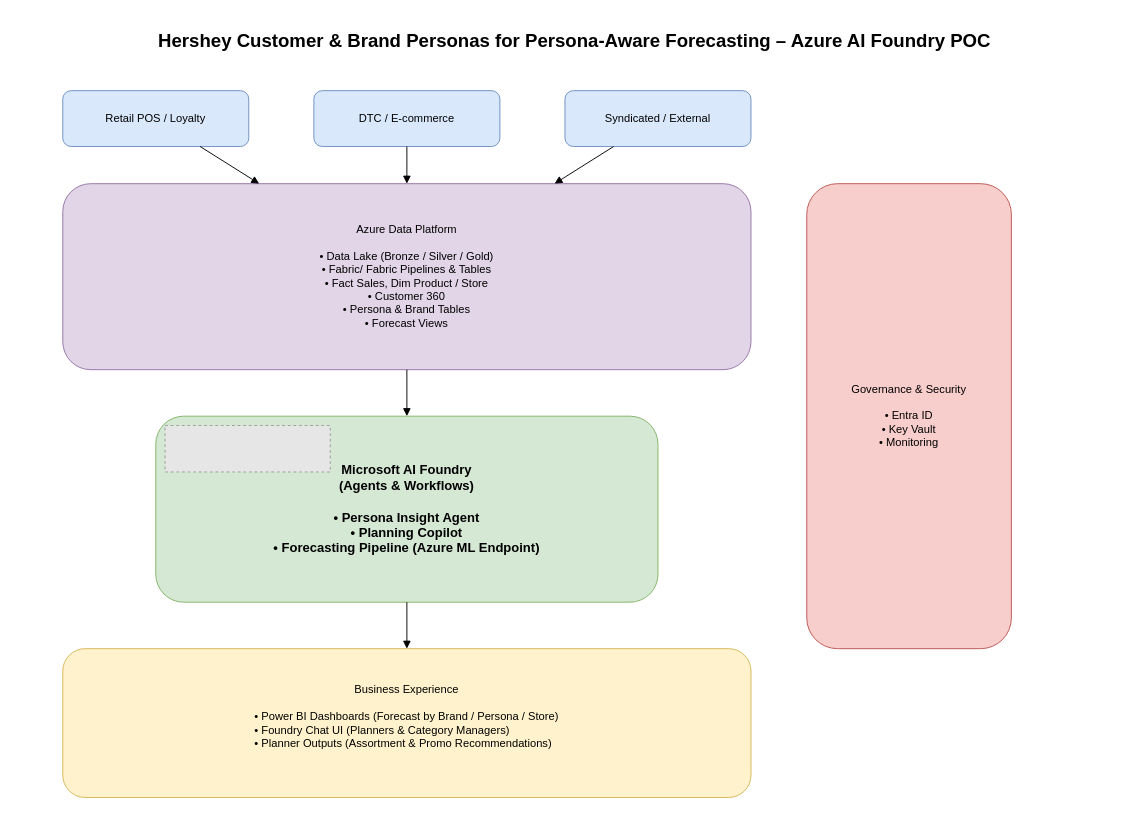
Above: Hershey_Persona_forecasting.drawio in ashokdcosta/diagrams (draw.io), before the change. Source tidied: cells renumbered, new cells numbered last; positions are measured from the earlier drawing's top-left corner, leaving out a move shared by most shapes. Both pictures are drawn from the tidied source at 93%, with x=0, y=0 at pixel (16, 16). Pictures stored in the file or linked from it are replaced by grey dashed boxes.
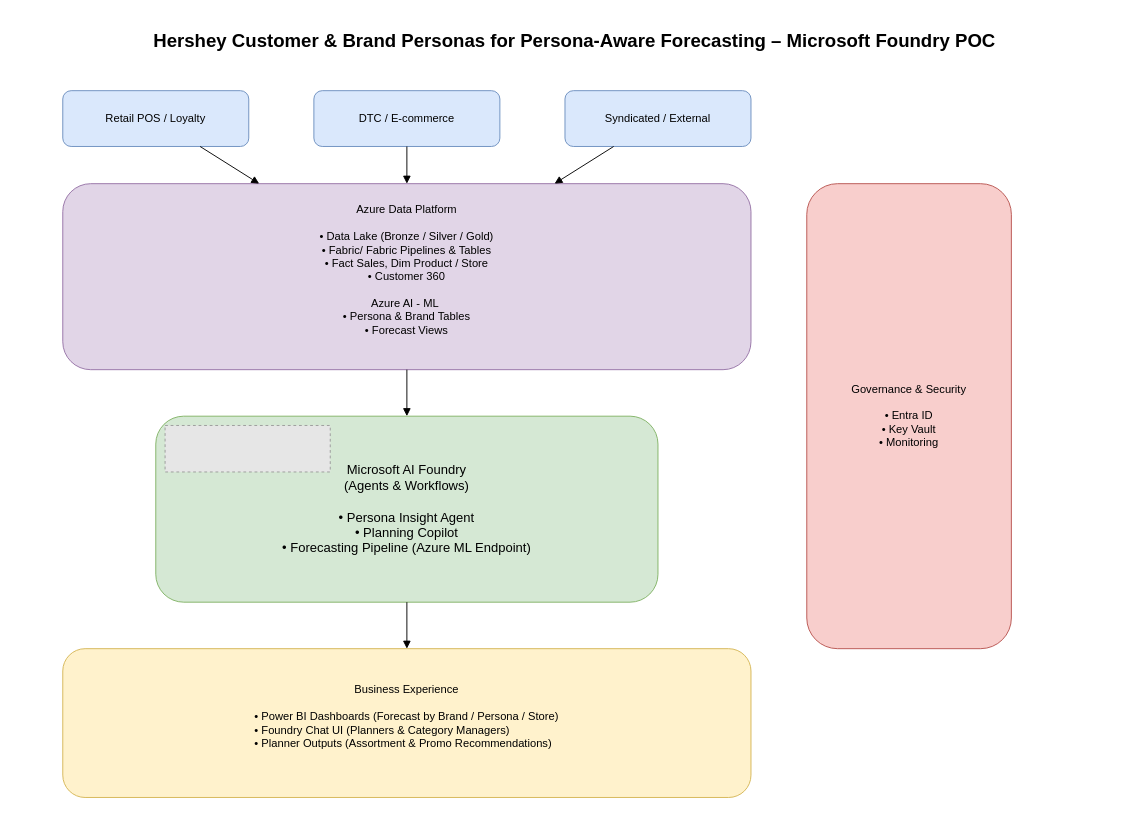
Above is the later version.

What changed in the source:
```diff
@@
 <mxGraphModel>
   <root>
     <mxCell id="0" />
     <mxCell id="1" parent="0" />
-    <mxCell id="2" value="Hershey Customer &amp; Brand Personas for Persona‑Aware Forecasting – Azure AI Foundry POC" style="text;html=1;align=center;verticalAlign=middle;fontSize=20;fontStyle=1;" parent="1" vertex="1">
+    <mxCell id="2" value="Hershey Customer &amp;amp; Brand Personas for Persona‑Aware Forecasting – Microsoft Foundry POC" style="text;html=1;align=center;verticalAlign=middle;fontSize=20;fontStyle=1;" parent="1" vertex="1">
       <mxGeometry width="1200" height="50" as="geometry" />
     </mxCell>
     <mxCell id="3" value="Retail POS / Loyalty" style="rounded=1;whiteSpace=wrap;html=1;fillColor=#dae8fc;strokeColor=#6c8ebf;" parent="1" vertex="1">
       <mxGeometry x="50" y="80" width="200" height="60" as="geometry" />
     </mxCell>
     <mxCell id="4" value="DTC / E‑commerce" style="rounded=1;whiteSpace=wrap;html=1;fillColor=#dae8fc;strokeColor=#6c8ebf;" parent="1" vertex="1">
       <mxGeometry x="320" y="80" width="200" height="60" as="geometry" />
     </mxCell>
     <mxCell id="5" value="Syndicated / External" style="rounded=1;whiteSpace=wrap;html=1;fillColor=#dae8fc;strokeColor=#6c8ebf;" parent="1" vertex="1">
       <mxGeometry x="590" y="80" width="200" height="60" as="geometry" />
     </mxCell>
-    <mxCell id="6" value="Azure Data Platform&lt;br&gt;&lt;br&gt;• Data Lake (Bronze / Silver / Gold)&lt;br&gt;• Fabric/ Fabric Pipelines &amp;amp; Tables&lt;br&gt;• Fact Sales, Dim Product / Store&lt;br&gt;• Customer 360&lt;br&gt;• Persona &amp;amp; Brand Tables&lt;br&gt;• Forecast Views" style="rounded=1;whiteSpace=wrap;html=1;fillColor=#e1d5e7;strokeColor=#9673a6;" parent="1" vertex="1">
+    <mxCell id="6" value="Azure Data Platform&lt;br&gt;&lt;br&gt;• Data Lake (Bronze / Silver / Gold)&lt;br&gt;• Fabric/ Fabric Pipelines &amp;amp; Tables&lt;br&gt;• Fact Sales, Dim Product / Store&lt;br&gt;• Customer 360&lt;div&gt;&lt;br&gt;&lt;div&gt;Azure AI - ML&amp;nbsp;&lt;br&gt;• Persona &amp;amp; Brand Tables&lt;br&gt;• Forecast Views&lt;div&gt;&lt;br&gt;&lt;/div&gt;&lt;/div&gt;&lt;/div&gt;" style="rounded=1;whiteSpace=wrap;html=1;fillColor=#e1d5e7;strokeColor=#9673a6;" parent="1" vertex="1">
       <mxGeometry x="50" y="180" width="740" height="200" as="geometry" />
     </mxCell>
-    <mxCell id="7" value="Microsoft AI Foundry&lt;br&gt;(Agents &amp;amp; Workflows)&lt;br&gt;&lt;br&gt;• Persona Insight Agent&lt;br&gt;• Planning Copilot&lt;br&gt;• Forecasting Pipeline (Azure ML Endpoint)" style="rounded=1;whiteSpace=wrap;html=1;fillColor=#d5e8d4;strokeColor=#82b366;fontSize=14;fontStyle=1;" parent="1" vertex="1">
+    <mxCell id="7" value="&lt;span style=&quot;font-weight: normal;&quot;&gt;Microsoft AI Foundry&lt;br&gt;(Agents &amp;amp; Workflows)&lt;br&gt;&lt;br&gt;• Persona Insight Agent&lt;br&gt;• Planning Copilot&lt;br&gt;• Forecasting Pipeline (Azure ML Endpoint)&lt;/span&gt;" style="rounded=1;whiteSpace=wrap;html=1;fillColor=#d5e8d4;strokeColor=#82b366;fontSize=14;fontStyle=1;" parent="1" vertex="1">
       <mxGeometry x="150" y="430" width="540" height="200" as="geometry" />
     </mxCell>
     <mxCell id="8" value="&lt;div style=&quot;&quot;&gt;&lt;span style=&quot;background-color: transparent; color: light-dark(rgb(0, 0, 0), rgb(255, 255, 255));&quot;&gt;Business Experience&lt;/span&gt;&lt;/div&gt;&lt;div style=&quot;text-align: left;&quot;&gt;&lt;br&gt;&lt;/div&gt;&lt;div style=&quot;text-align: left;&quot;&gt;&lt;span style=&quot;background-color: transparent; color: light-dark(rgb(0, 0, 0), rgb(255, 255, 255));&quot;&gt;• Power BI Dashboards (Forecast by Brand / Persona / Store)&lt;/span&gt;&lt;/div&gt;&lt;div style=&quot;text-align: left;&quot;&gt;&lt;span style=&quot;background-color: transparent; color: light-dark(rgb(0, 0, 0), rgb(255, 255, 255));&quot;&gt;• Foundry Chat UI (Planners &amp;amp; Category Managers)&lt;/span&gt;&lt;/div&gt;&lt;div style=&quot;text-align: left;&quot;&gt;&lt;span style=&quot;background-color: transparent; color: light-dark(rgb(0, 0, 0), rgb(255, 255, 255));&quot;&gt;• Planner Outputs (Assortment &amp;amp; Promo Recommendations)&lt;/span&gt;&lt;/div&gt;&lt;div&gt;&lt;br&gt;&lt;/div&gt;" style="rounded=1;whiteSpace=wrap;html=1;fillColor=#fff2cc;strokeColor=#d6b656;" parent="1" vertex="1">
       <mxGeometry x="50" y="680" width="740" height="160" as="geometry" />
     </mxCell>
     <mxCell id="9" value="Governance &amp; Security&#10;&#10;• Entra ID&#10;• Key Vault&#10;• Monitoring" style="rounded=1;whiteSpace=wrap;html=1;fillColor=#f8cecc;strokeColor=#b85450;" parent="1" vertex="1">
       <mxGeometry x="850" y="180" width="220" height="500" as="geometry" />
     </mxCell>
     <mxCell id="10" style="endArrow=block;html=1;" parent="1" edge="1" source="3" target="6">
       <mxGeometry relative="1" as="geometry" />
     </mxCell>
     <mxCell id="11" style="endArrow=block;html=1;" parent="1" edge="1" source="4" target="6">
       <mxGeometry relative="1" as="geometry" />
     </mxCell>
     <mxCell id="12" style="endArrow=block;html=1;" parent="1" edge="1" source="5" target="6">
       <mxGeometry relative="1" as="geometry" />
     </mxCell>
     <mxCell id="13" style="endArrow=block;html=1;" parent="1" edge="1" source="6" target="7">
       <mxGeometry relative="1" as="geometry" />
     </mxCell>
     <mxCell id="14" style="endArrow=block;html=1;" parent="1" edge="1" source="7" target="8">
       <mxGeometry relative="1" as="geometry" />
     </mxCell>
     <mxCell id="15" style="fillColor=#E6E6E6;strokeColor=#999999;dashed=1;verticalLabelPosition=bottom;labelBackgroundColor=default;verticalAlign=top;" parent="1" vertex="1">
       <mxGeometry x="160" y="440" width="177.6" height="50" as="geometry" />
     </mxCell>
   </root>
 </mxGraphModel>
```
